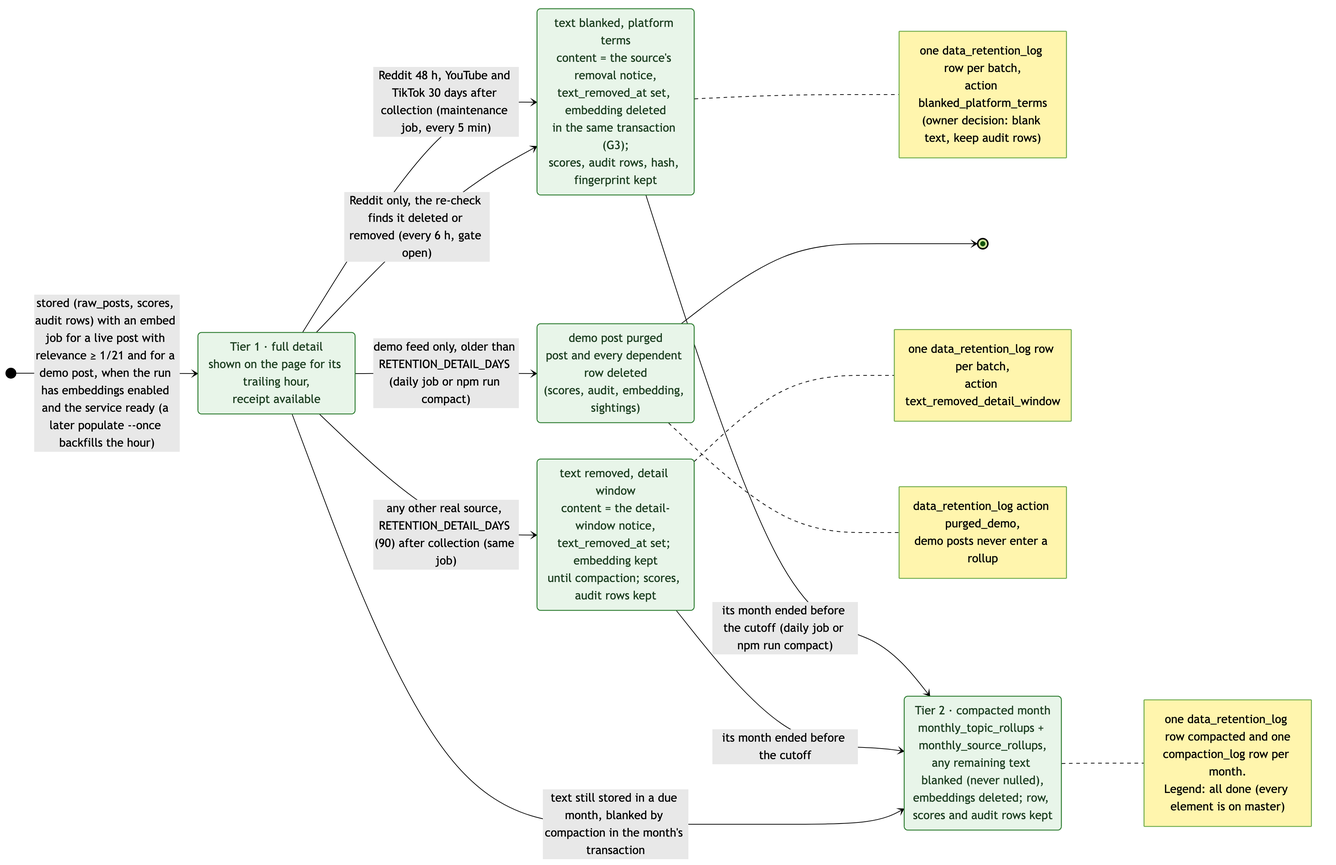
This is docs/diagrams/states/retention-lifecycle.png from jennifer-mckinney/pulse-of-ai, a Mermaid export, as it was before one commit. Its source is kept beside it as docs/diagrams/states/retention-lifecycle.mmd. Source of this version:
```mermaid
stateDiagram-v2
  direction LR

  [*] --> detail : stored (raw_posts, scores, audit rows) with an embed job for a live post with relevance ≥ 1/21 and for a demo post, when the run has embeddings enabled and the service ready (a later populate --once backfills the hour)

  state "Tier 1 · full detail<br/>shown on the page for its trailing hour,<br/>receipt available" as detail
  state "text blanked, platform terms<br/>content = the source's removal notice,<br/>text_removed_at set, embedding deleted<br/>in the same transaction (G3);<br/>scores, audit rows, hash, fingerprint kept" as blanked
  state "text removed, detail window<br/>content = the detail-window notice,<br/>text_removed_at set; embedding kept<br/>until compaction; scores, audit rows kept" as removed
  state "demo post purged<br/>post and every dependent row deleted<br/>(scores, audit, embedding, sightings)" as purged
  state "Tier 2 · compacted month<br/>monthly_topic_rollups + monthly_source_rollups,<br/>any remaining text blanked (never nulled),<br/>embeddings deleted; row, scores and audit rows kept" as compacted

  detail --> blanked : Reddit 48 h, YouTube and TikTok 30 days after collection (maintenance job, every 5 min)
  detail --> blanked : Reddit only, the re-check finds it deleted or removed (every 6 h, gate open)
  detail --> removed : any other real source, RETENTION_DETAIL_DAYS (90) after collection (same job)
  detail --> purged : demo feed only, older than RETENTION_DETAIL_DAYS (daily job or npm run compact)
  blanked --> compacted : its month ended before the cutoff (daily job or npm run compact)
  removed --> compacted : its month ended before the cutoff
  detail --> compacted : text still stored in a due month, blanked by compaction in the month's transaction
  purged --> [*]

  note right of blanked
    one data_retention_log row per batch,
    action blanked_platform_terms
    (owner decision: blank text, keep audit rows)
  end note
  note right of removed
    one data_retention_log row per batch,
    action text_removed_detail_window
  end note
  note right of purged
    data_retention_log action purged_demo,
    demo posts never enter a rollup
  end note
  note right of compacted
    one data_retention_log row compacted and one
    compaction_log row per month.
    Legend: all done (every element is on master)
  end note

  classDef done fill:#e8f5e9,stroke:#2e7d32,color:#1b3d1f
  class detail, blanked, removed, purged, compacted done
```
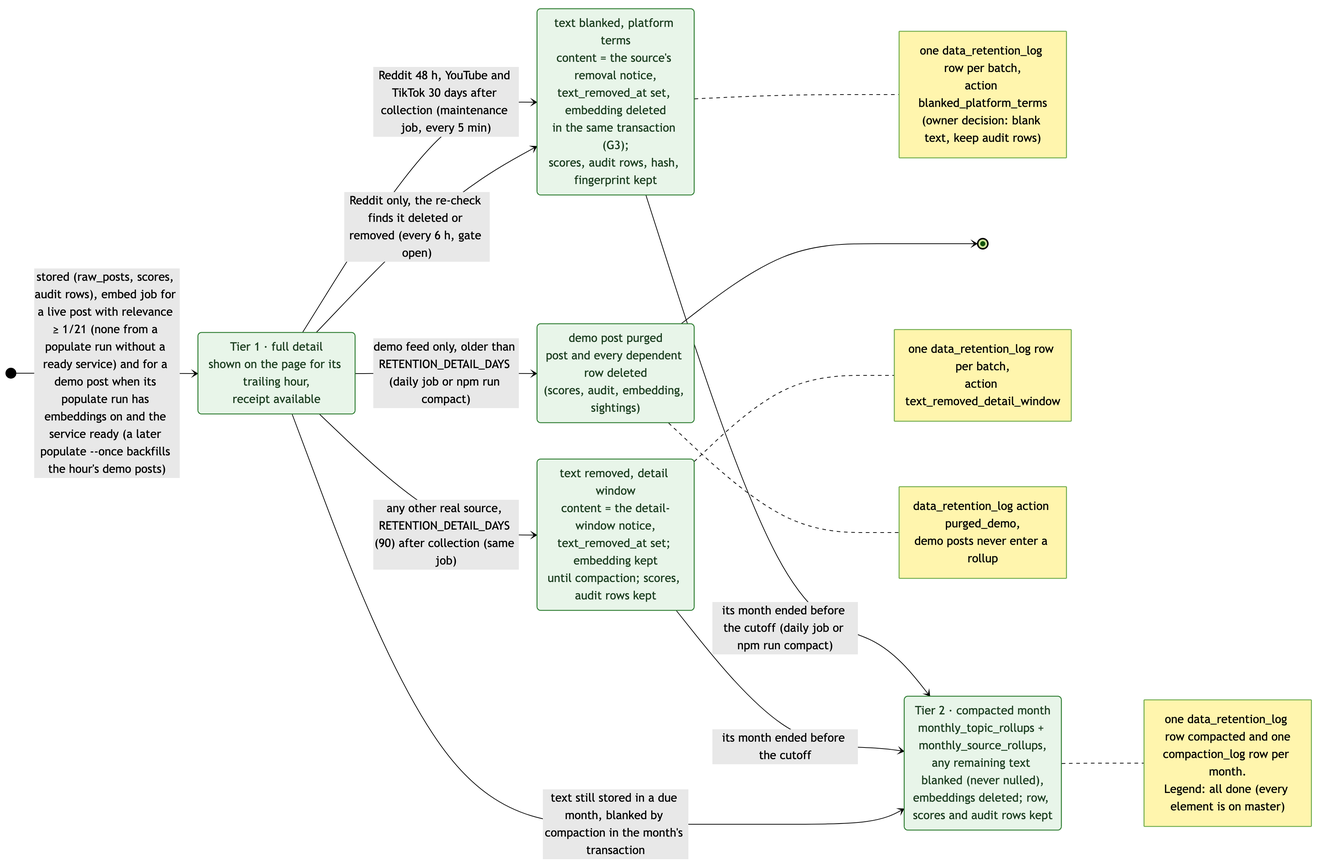
After the change.

What changed in the source:
```diff
@@ -1,7 +1,7 @@
 stateDiagram-v2
   direction LR
 
-  [*] --> detail : stored (raw_posts, scores, audit rows) with an embed job for a live post with relevance ≥ 1/21 and for a demo post, when the run has embeddings enabled and the service ready (a later populate --once backfills the hour)
+  [*] --> detail : stored (raw_posts, scores, audit rows), embed job for a live post with relevance ≥ 1/21 (none from a populate run without a ready service) and for a demo post when its populate run has embeddings on and the service ready (a later populate --once backfills the hour's demo posts)
 
   state "Tier 1 · full detail<br/>shown on the page for its trailing hour,<br/>receipt available" as detail
   state "text blanked, platform terms<br/>content = the source's removal notice,<br/>text_removed_at set, embedding deleted<br/>in the same transaction (G3);<br/>scores, audit rows, hash, fingerprint kept" as blanked
```
